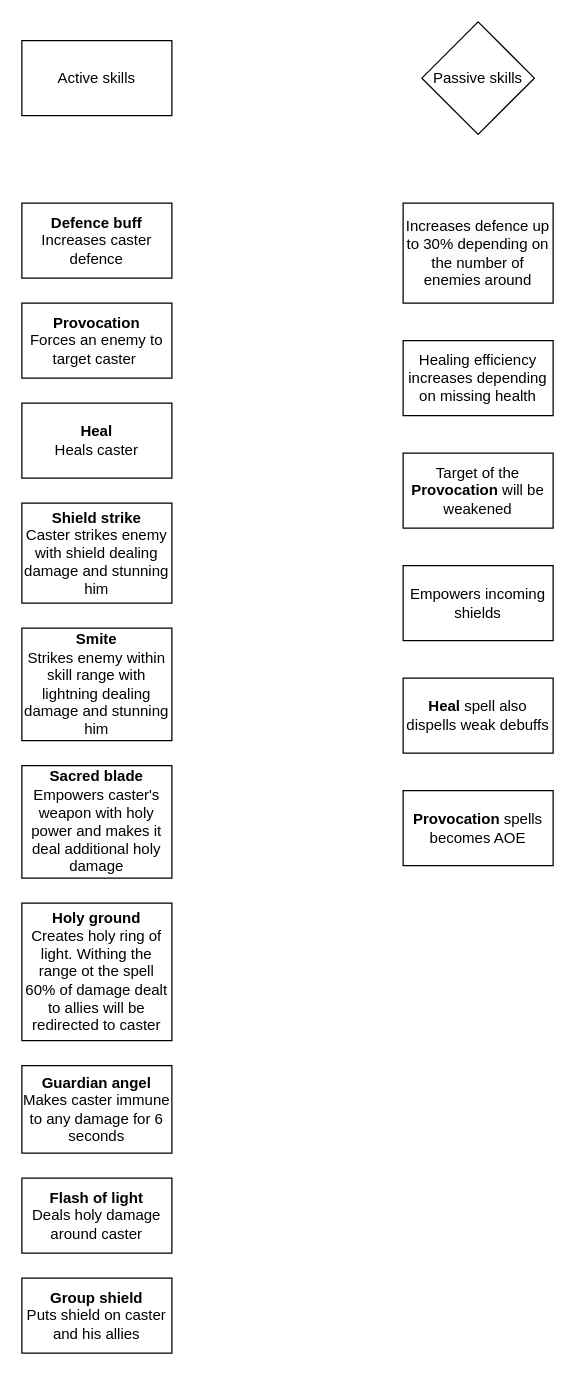
Before: page "Paladin skills" (2 of 9) of Solaris.drawio in x3rdev/solaris, a draw.io diagram. Source tidied: cells renumbered, new cells numbered last; positions are measured from the earlier drawing's top-left corner, leaving out a move shared by most shapes. Both pictures are drawn from the tidied source at 125%, with x=0, y=0 at pixel (21, 21).
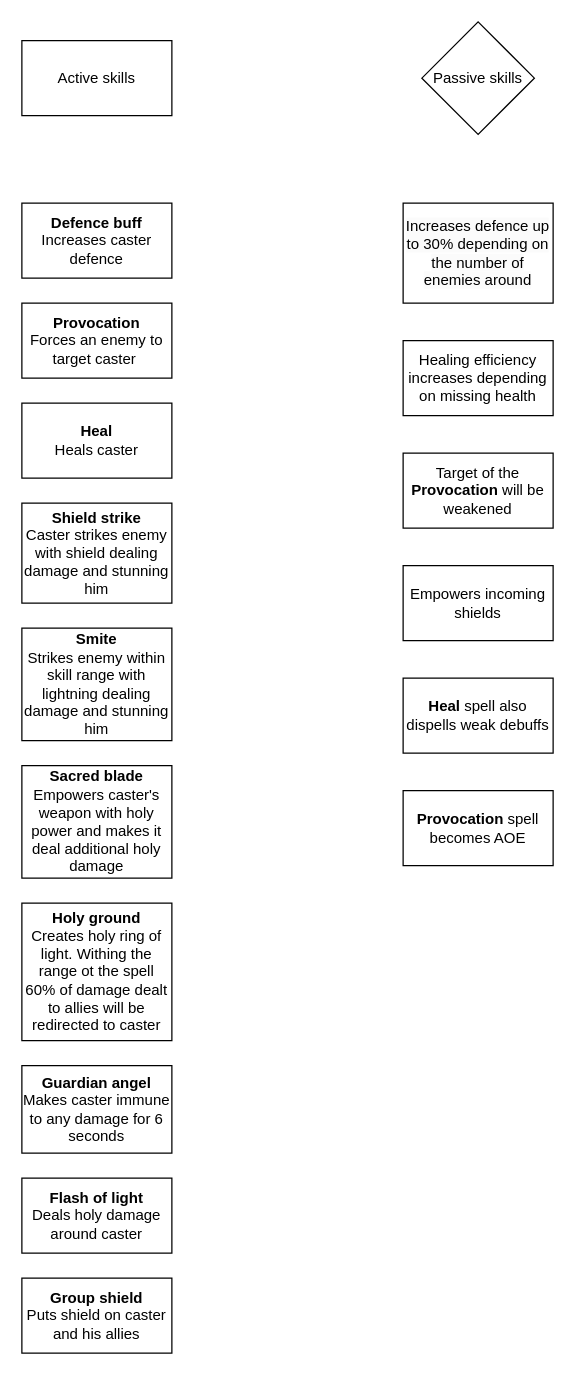
The same diagram, later.

What changed in the source:
```diff
@@
 <mxGraphModel>
   <root>
     <mxCell id="0" />
     <mxCell id="1" parent="0" />
     <mxCell id="2" value="&lt;b&gt;Defence buff&lt;/b&gt;&lt;br&gt;Increases caster defence" style="rounded=0;whiteSpace=wrap;html=1;" parent="1" vertex="1">
       <mxGeometry y="145" width="120" height="60" as="geometry" />
     </mxCell>
     <mxCell id="3" value="&lt;b&gt;Provocation&lt;/b&gt;&lt;br&gt;Forces an enemy to target caster&amp;nbsp;" style="rounded=0;whiteSpace=wrap;html=1;" parent="1" vertex="1">
       <mxGeometry y="225" width="120" height="60" as="geometry" />
     </mxCell>
     <mxCell id="4" value="&lt;b&gt;Heal&lt;/b&gt;&lt;br&gt;Heals caster" style="rounded=0;whiteSpace=wrap;html=1;" parent="1" vertex="1">
       <mxGeometry y="305" width="120" height="60" as="geometry" />
     </mxCell>
     <mxCell id="5" value="&lt;b&gt;Shield strike&lt;/b&gt;&lt;br&gt;Caster strikes enemy with shield dealing damage and stunning him" style="rounded=0;whiteSpace=wrap;html=1;" parent="1" vertex="1">
       <mxGeometry y="385" width="120" height="80" as="geometry" />
     </mxCell>
     <mxCell id="6" value="&lt;b&gt;Smite&lt;/b&gt;&lt;br&gt;Strikes enemy within skill range with lightning dealing damage and stunning him" style="rounded=0;whiteSpace=wrap;html=1;" parent="1" vertex="1">
       <mxGeometry y="485" width="120" height="90" as="geometry" />
     </mxCell>
     <mxCell id="7" value="&lt;b&gt;Sacred blade&lt;/b&gt;&lt;br&gt;Empowers caster's weapon with holy power and makes it deal additional holy damage" style="rounded=0;whiteSpace=wrap;html=1;" parent="1" vertex="1">
       <mxGeometry y="595" width="120" height="90" as="geometry" />
     </mxCell>
     <mxCell id="8" value="&lt;b&gt;Holy ground&lt;/b&gt;&lt;br&gt;Creates holy ring of light. Withing the range ot the spell 60% of damage dealt to allies will be redirected to caster" style="rounded=0;whiteSpace=wrap;html=1;" parent="1" vertex="1">
       <mxGeometry y="705" width="120" height="110" as="geometry" />
     </mxCell>
     <mxCell id="9" value="&lt;b&gt;Guardian angel&lt;/b&gt;&lt;br&gt;Makes caster immune to any damage for 6 seconds" style="rounded=0;whiteSpace=wrap;html=1;" parent="1" vertex="1">
       <mxGeometry y="835" width="120" height="70" as="geometry" />
     </mxCell>
     <mxCell id="10" value="&lt;b&gt;Flash of light&lt;/b&gt;&lt;br&gt;Deals holy damage around caster" style="rounded=0;whiteSpace=wrap;html=1;" parent="1" vertex="1">
       <mxGeometry y="925" width="120" height="60" as="geometry" />
     </mxCell>
     <mxCell id="11" value="&lt;b&gt;Group shield&lt;/b&gt;&lt;br&gt;Puts shield on caster and his allies" style="rounded=0;whiteSpace=wrap;html=1;" parent="1" vertex="1">
       <mxGeometry y="1005" width="120" height="60" as="geometry" />
     </mxCell>
     <mxCell id="12" value="Active skills" style="rounded=0;whiteSpace=wrap;html=1;" parent="1" vertex="1">
       <mxGeometry y="15" width="120" height="60" as="geometry" />
     </mxCell>
     <mxCell id="13" value="Passive skills" style="rhombus;whiteSpace=wrap;html=1;" parent="1" vertex="1">
       <mxGeometry x="320" width="90" height="90" as="geometry" />
     </mxCell>
     <mxCell id="14" value="&lt;span style=&quot;color: rgb(0, 0, 0); font-family: Helvetica; font-size: 12px; font-style: normal; font-variant-ligatures: normal; font-variant-caps: normal; font-weight: 400; letter-spacing: normal; orphans: 2; text-align: center; text-indent: 0px; text-transform: none; widows: 2; word-spacing: 0px; -webkit-text-stroke-width: 0px; background-color: rgb(251, 251, 251); text-decoration-thickness: initial; text-decoration-style: initial; text-decoration-color: initial; float: none; display: inline !important;&quot;&gt;Increases defence up to 30% depending on the number of enemies around&lt;/span&gt;" style="rounded=0;whiteSpace=wrap;html=1;" parent="1" vertex="1">
       <mxGeometry x="305" y="145" width="120" height="80" as="geometry" />
     </mxCell>
     <mxCell id="15" value="Healing efficiency increases depending on missing health" style="rounded=0;whiteSpace=wrap;html=1;" parent="1" vertex="1">
       <mxGeometry x="305" y="255" width="120" height="60" as="geometry" />
     </mxCell>
     <mxCell id="16" value="Target of the &lt;b&gt;Provocation &lt;/b&gt;will be weakened" style="rounded=0;whiteSpace=wrap;html=1;" parent="1" vertex="1">
       <mxGeometry x="305" y="345" width="120" height="60" as="geometry" />
     </mxCell>
     <mxCell id="17" value="Empowers incoming shields" style="rounded=0;whiteSpace=wrap;html=1;" parent="1" vertex="1">
       <mxGeometry x="305" y="435" width="120" height="60" as="geometry" />
     </mxCell>
     <mxCell id="18" value="&lt;b&gt;Heal &lt;/b&gt;spell also dispells weak debuffs" style="rounded=0;whiteSpace=wrap;html=1;" parent="1" vertex="1">
       <mxGeometry x="305" y="525" width="120" height="60" as="geometry" />
     </mxCell>
-    <mxCell id="19" value="&lt;b&gt;Provocation&lt;/b&gt;&amp;nbsp;spells becomes AOE" style="rounded=0;whiteSpace=wrap;html=1;" parent="1" vertex="1">
+    <mxCell id="19" value="&lt;b&gt;Provocation&lt;/b&gt;&amp;nbsp;spell becomes AOE" style="rounded=0;whiteSpace=wrap;html=1;" parent="1" vertex="1">
       <mxGeometry x="305" y="615" width="120" height="60" as="geometry" />
     </mxCell>
   </root>
 </mxGraphModel>
```
